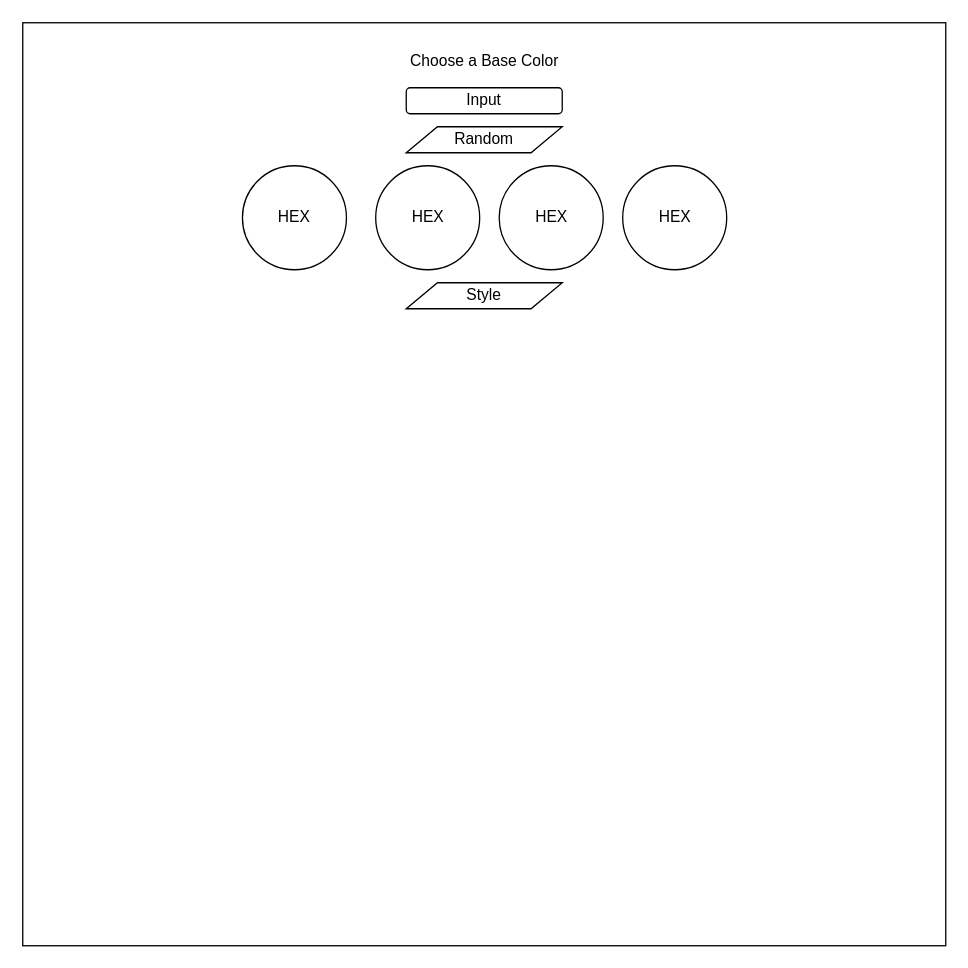
rakanshaker/Color-Palette-Generator keeps this draw.io diagram as plan.drawio. Above is the earlier version. Source tidied: cells renumbered, new cells numbered last; positions are measured from the earlier drawing's top-left corner, leaving out a move shared by most shapes. Both pictures are drawn from the tidied source at 130%, with x=0, y=0 at pixel (22, 22).
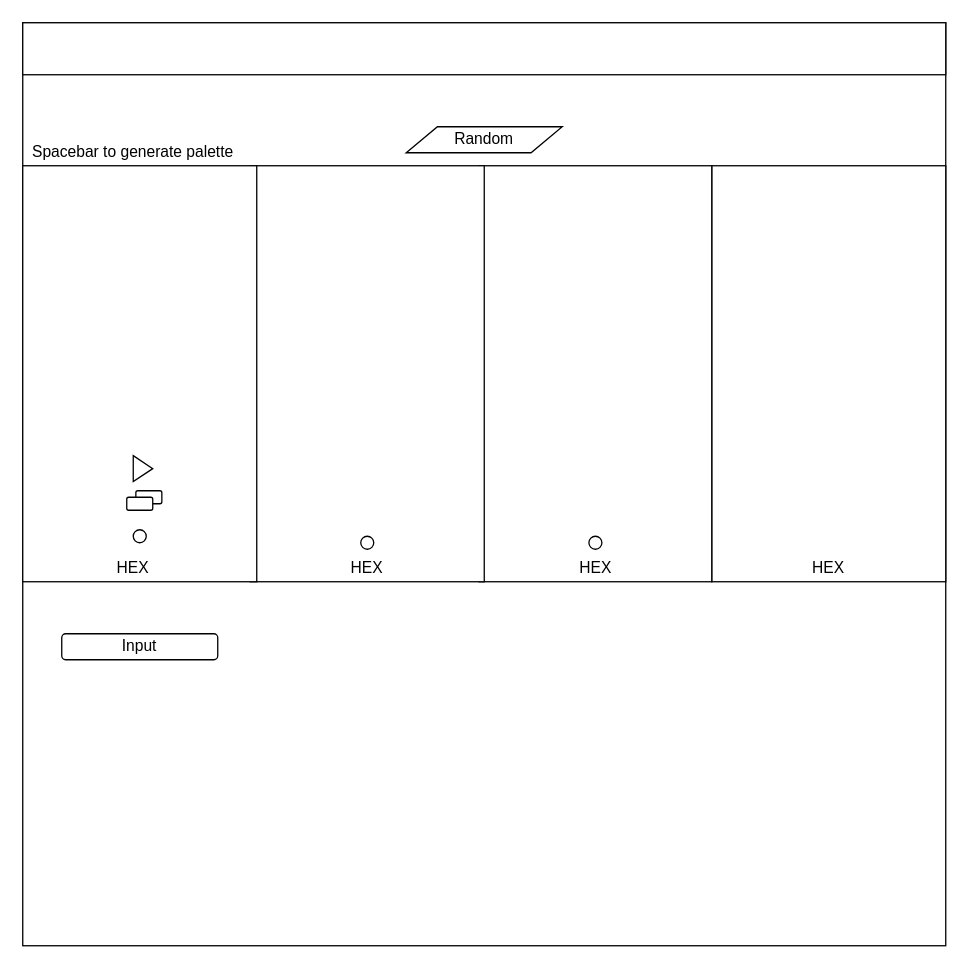
After the change.

The edit, as a diff of the source:
```diff
@@
-    <mxCell id="3" style="shape=parallelogram;perimeter=parallelogramPerimeter;whiteSpace=wrap;html=1;" parent="1" vertex="1">
-      <mxGeometry x="295" y="200" width="120" height="20" as="geometry" />
-    </mxCell>
+    <mxCell id="18" style="rounded=0;whiteSpace=wrap;html=1;" parent="1" vertex="1">
+      <mxGeometry x="530" y="110" width="180" height="320" as="geometry" />
+    </mxCell>
+    <mxCell id="19" style="rounded=0;whiteSpace=wrap;html=1;" parent="1" vertex="1">
+      <mxGeometry x="351" y="110" width="179" height="320" as="geometry" />
+    </mxCell>
+    <mxCell id="20" style="rounded=0;whiteSpace=wrap;html=1;" parent="1" vertex="1">
+      <mxGeometry x="175" y="110" width="180" height="320" as="geometry" />
+    </mxCell>
+    <mxCell id="21" style="rounded=0;whiteSpace=wrap;html=1;" parent="1" vertex="1">
+      <mxGeometry y="110" width="180" height="320" as="geometry" />
+    </mxCell>
     <mxCell id="4" style="rounded=1;whiteSpace=wrap;html=1;" parent="1" vertex="1">
-      <mxGeometry x="295" y="50" width="120" height="20" as="geometry" />
+      <mxGeometry x="30" y="470" width="120" height="20" as="geometry" />
     </mxCell>
-    <mxCell id="5" value="Choose a Base Color" style="text;html=1;strokeColor=none;fillColor=none;align=center;verticalAlign=middle;whiteSpace=wrap;rounded=0;" parent="1" vertex="1">
-      <mxGeometry x="287.5" y="20" width="135" height="20" as="geometry" />
-    </mxCell>
     <mxCell id="6" value="Input" style="text;html=1;strokeColor=none;fillColor=none;align=center;verticalAlign=middle;whiteSpace=wrap;rounded=0;" parent="1" vertex="1">
-      <mxGeometry x="335" y="50" width="40" height="20" as="geometry" />
+      <mxGeometry x="70" y="470" width="40" height="20" as="geometry" />
     </mxCell>
@@
-    <mxCell id="9" style="ellipse;whiteSpace=wrap;html=1;" parent="1" vertex="1">
-      <mxGeometry x="169" y="110" width="80" height="80" as="geometry" />
-    </mxCell>
-    <mxCell id="10" style="ellipse;whiteSpace=wrap;html=1;" parent="1" vertex="1">
-      <mxGeometry x="271.5" y="110" width="80" height="80" as="geometry" />
-    </mxCell>
-    <mxCell id="11" style="ellipse;whiteSpace=wrap;html=1;" parent="1" vertex="1">
-      <mxGeometry x="366.5" y="110" width="80" height="80" as="geometry" />
-    </mxCell>
-    <mxCell id="12" style="ellipse;whiteSpace=wrap;html=1;" parent="1" vertex="1">
-      <mxGeometry x="461.5" y="110" width="80" height="80" as="geometry" />
-    </mxCell>
-    <mxCell id="13" value="Style" style="text;html=1;strokeColor=none;fillColor=none;align=center;verticalAlign=middle;whiteSpace=wrap;rounded=0;" parent="1" vertex="1">
-      <mxGeometry x="335" y="200" width="40" height="20" as="geometry" />
-    </mxCell>
     <mxCell id="14" value="HEX" style="text;html=1;strokeColor=none;fillColor=none;align=center;verticalAlign=middle;whiteSpace=wrap;rounded=0;" parent="1" vertex="1">
-      <mxGeometry x="189" y="140" width="40" height="20" as="geometry" />
+      <mxGeometry x="65" y="410" width="40" height="20" as="geometry" />
     </mxCell>
     <mxCell id="15" value="HEX" style="text;html=1;strokeColor=none;fillColor=none;align=center;verticalAlign=middle;whiteSpace=wrap;rounded=0;" parent="1" vertex="1">
-      <mxGeometry x="291.5" y="140" width="40" height="20" as="geometry" />
+      <mxGeometry x="245" y="410" width="40" height="20" as="geometry" />
     </mxCell>
     <mxCell id="16" value="HEX" style="text;html=1;strokeColor=none;fillColor=none;align=center;verticalAlign=middle;whiteSpace=wrap;rounded=0;" parent="1" vertex="1">
-      <mxGeometry x="386.5" y="140" width="40" height="20" as="geometry" />
+      <mxGeometry x="420.5" y="410" width="40" height="20" as="geometry" />
     </mxCell>
     <mxCell id="17" value="HEX" style="text;html=1;strokeColor=none;fillColor=none;align=center;verticalAlign=middle;whiteSpace=wrap;rounded=0;" parent="1" vertex="1">
-      <mxGeometry x="481.5" y="140" width="40" height="20" as="geometry" />
+      <mxGeometry x="600" y="410" width="40" height="20" as="geometry" />
     </mxCell>
+    <mxCell id="22" value="Spacebar to generate palette" style="text;html=1;strokeColor=none;fillColor=none;align=center;verticalAlign=middle;whiteSpace=wrap;rounded=0;" parent="1" vertex="1">
+      <mxGeometry y="90" width="170" height="20" as="geometry" />
+    </mxCell>
+    <mxCell id="23" style="ellipse;whiteSpace=wrap;html=1;" parent="1" vertex="1">
+      <mxGeometry x="85" y="390" width="10" height="10" as="geometry" />
+    </mxCell>
+    <mxCell id="24" style="ellipse;whiteSpace=wrap;html=1;" parent="1" vertex="1">
+      <mxGeometry x="435.5" y="395" width="10" height="10" as="geometry" />
+    </mxCell>
+    <mxCell id="25" style="ellipse;whiteSpace=wrap;html=1;" parent="1" vertex="1">
+      <mxGeometry x="260" y="395" width="10" height="10" as="geometry" />
+    </mxCell>
+    <mxCell id="26" style="triangle;whiteSpace=wrap;html=1;" parent="1" vertex="1">
+      <mxGeometry x="85" y="333" width="15" height="20" as="geometry" />
+    </mxCell>
+    <mxCell id="27" style="rounded=1;whiteSpace=wrap;html=1;" parent="1" vertex="1">
+      <mxGeometry x="87" y="360" width="20" height="10" as="geometry" />
+    </mxCell>
+    <mxCell id="28" style="rounded=1;whiteSpace=wrap;html=1;" parent="1" vertex="1">
+      <mxGeometry x="80" y="365" width="20" height="10" as="geometry" />
+    </mxCell>
+    <mxCell id="29" style="rounded=0;whiteSpace=wrap;html=1;" parent="1" vertex="1">
+      <mxGeometry width="710" height="40" as="geometry" />
+    </mxCell>
```
